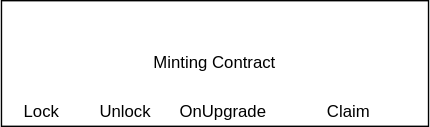
iwanwang-0/doc keeps this draw.io diagram as 未命名绘图.drawio.svg. Above is the earlier version. Source tidied: cells renumbered, new cells last; positions are measured from the earlier drawing's top-left corner, leaving out a move shared by most shapes.
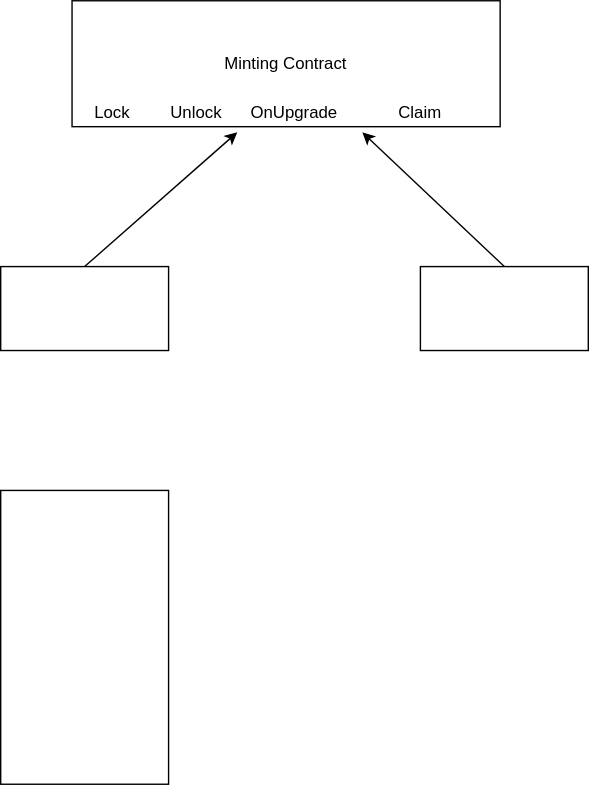
The same file after the commit.

Diff of the diagram source:
```diff
@@ -17,5 +17,24 @@
     <mxCell id="6" value="Claim" style="text;html=1;align=center;verticalAlign=middle;whiteSpace=wrap;rounded=0;" parent="1" vertex="1">
       <mxGeometry x="229" y="70" width="40" height="20" as="geometry" />
     </mxCell>
+    <mxCell id="7" style="rounded=0;whiteSpace=wrap;html=1;" parent="1" vertex="1">
+      <mxGeometry x="-51" y="190" width="120" height="60" as="geometry" />
+    </mxCell>
+    <mxCell id="8" style="rounded=0;whiteSpace=wrap;html=1;" parent="1" vertex="1">
+      <mxGeometry x="249" y="190" width="120" height="60" as="geometry" />
+    </mxCell>
+    <mxCell id="9" style="rounded=0;whiteSpace=wrap;html=1;" parent="1" vertex="1">
+      <mxGeometry x="-51" y="350" width="120" height="210" as="geometry" />
+    </mxCell>
+    <mxCell id="10" style="endArrow=classic;html=1;rounded=0;entryX=0.386;entryY=1.044;entryDx=0;entryDy=0;entryPerimeter=0;" parent="1" edge="1" target="2">
+      <mxGeometry relative="1" as="geometry">
+        <mxPoint x="9" y="190" as="sourcePoint" />
+      </mxGeometry>
+    </mxCell>
+    <mxCell id="11" style="endArrow=classic;html=1;rounded=0;entryX=0.386;entryY=1.044;entryDx=0;entryDy=0;entryPerimeter=0;exitX=0.5;exitY=0;exitDx=0;exitDy=0;" parent="1" edge="1" source="8">
+      <mxGeometry relative="1" as="geometry">
+        <mxPoint x="207.5" y="94" as="targetPoint" />
+      </mxGeometry>
+    </mxCell>
   </root>
 </mxGraphModel>
```
